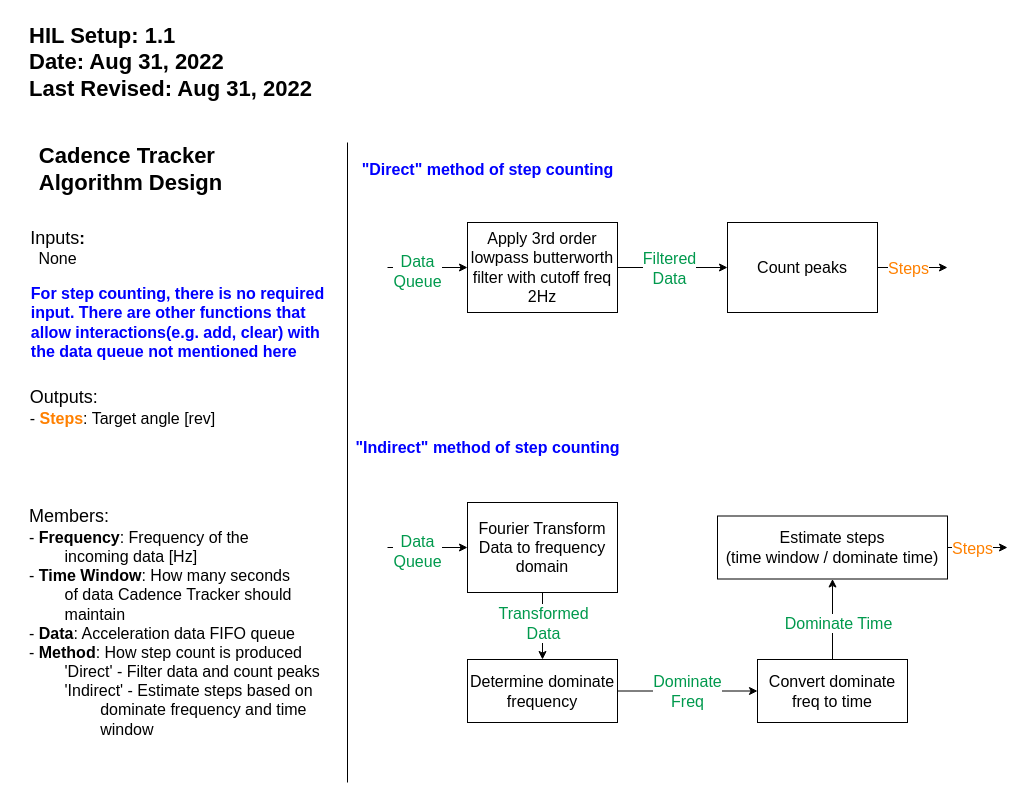
Above: page "Page-4" (4 of 4) of docs/HIL1_1/HIL1_1.drawio in ryankshub/MotorArmProject (draw.io), before the change. Source tidied: cells renumbered, new cells numbered last; positions are measured from the earlier drawing's top-left corner, leaving out a move shared by most shapes. Both pictures are drawn from the tidied source at 100%, with x=0, y=0 at pixel (17, 17).
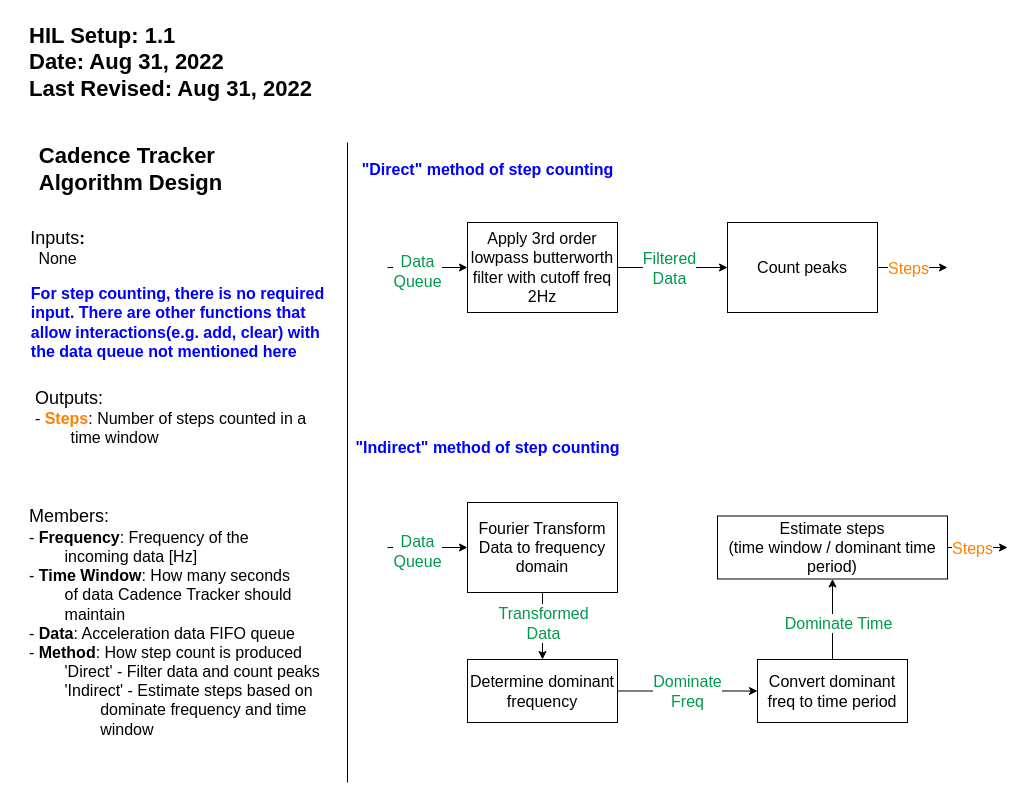
After the change.

Commit message (it also covers changes not shown here):
Corrected spelling mistakes

What changed in the source:
```diff
@@
-    <mxCell id="7" value="&lt;div align=&quot;left&quot;&gt;Outputs:&lt;/div&gt;&lt;div style=&quot;font-size: 16px;&quot; align=&quot;left&quot;&gt;- &lt;font color=&quot;#FF8000&quot;&gt;&lt;b&gt;Steps&lt;/b&gt;&lt;/font&gt;: Target angle [rev]&lt;br&gt;&lt;/div&gt;" style="text;html=1;align=center;verticalAlign=middle;strokeColor=none;fillColor=none;fontSize=18;fontColor=#000000;" parent="1" vertex="1">
-      <mxGeometry y="365" width="210" height="50" as="geometry" />
+    <mxCell id="7" value="&lt;div align=&quot;left&quot;&gt;Outputs:&lt;/div&gt;&lt;div style=&quot;font-size: 16px;&quot; align=&quot;left&quot;&gt;- &lt;font color=&quot;#FF8000&quot;&gt;&lt;b&gt;Steps&lt;/b&gt;&lt;/font&gt;: Number of steps counted in a&lt;/div&gt;&lt;div style=&quot;font-size: 16px;&quot; align=&quot;left&quot;&gt;&lt;span style=&quot;white-space: pre;&quot;&gt;&#9;&lt;/span&gt;time window&lt;br&gt;&lt;/div&gt;" style="text;html=1;align=center;verticalAlign=middle;strokeColor=none;fillColor=none;fontSize=18;fontColor=#000000;" parent="1" vertex="1">
+      <mxGeometry x="8" y="365" width="290" height="70" as="geometry" />
     </mxCell>
@@
-    <mxCell id="30" value="Determine dominate frequency " style="rounded=0;whiteSpace=wrap;html=1;fontSize=16;fontColor=#000000;" parent="1" vertex="1">
+    <mxCell id="30" value="Determine dominant frequency " style="rounded=0;whiteSpace=wrap;html=1;fontSize=16;fontColor=#000000;" parent="1" vertex="1">
       <mxGeometry x="450" y="642" width="150" height="63" as="geometry" />
     </mxCell>
@@
-    <mxCell id="33" value="Convert dominate freq to time" style="rounded=0;whiteSpace=wrap;html=1;fontSize=16;fontColor=#000000;" parent="1" vertex="1">
+    <mxCell id="33" value="Convert dominant freq to time period" style="rounded=0;whiteSpace=wrap;html=1;fontSize=16;fontColor=#000000;" parent="1" vertex="1">
       <mxGeometry x="740" y="642" width="150" height="63" as="geometry" />
     </mxCell>
-    <mxCell id="34" value="&lt;div&gt;Estimate steps &lt;br&gt;&lt;/div&gt;&lt;div&gt;(time window / dominate time) &lt;br&gt;&lt;/div&gt;" style="rounded=0;whiteSpace=wrap;html=1;fontSize=16;fontColor=#000000;" parent="1" vertex="1">
+    <mxCell id="34" value="&lt;div&gt;Estimate steps &lt;br&gt;&lt;/div&gt;&lt;div&gt;(time window / dominant time period) &lt;br&gt;&lt;/div&gt;" style="rounded=0;whiteSpace=wrap;html=1;fontSize=16;fontColor=#000000;" parent="1" vertex="1">
       <mxGeometry x="700" y="498.5" width="230" height="63" as="geometry" />
     </mxCell>
```
